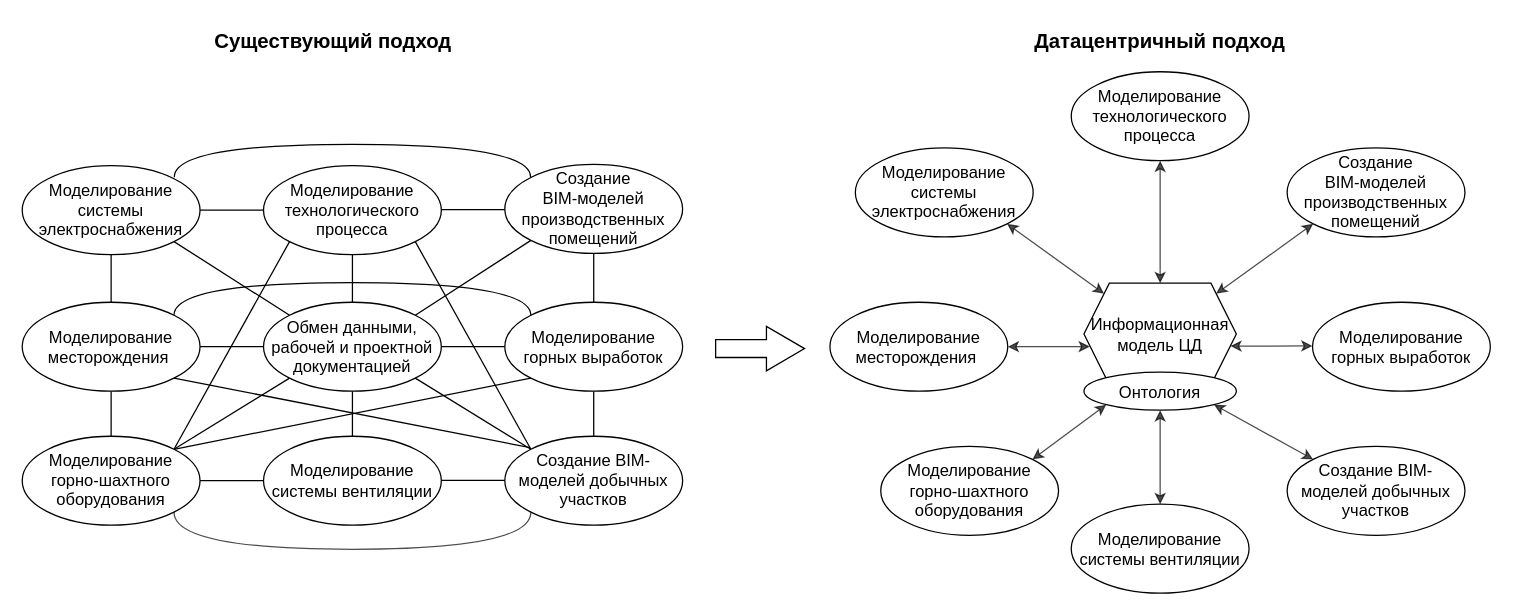
Earlier version of the draw.io diagram page "Развитие концепции" (4 of 4) of Digital twin.drawio (Randyrofed/CMM). Source tidied: cells renumbered, new cells numbered last; positions are measured from the earlier drawing's top-left corner, leaving out a move shared by most shapes. Both pictures are drawn from the tidied source at 127%, with x=0, y=0 at pixel (22, 22).
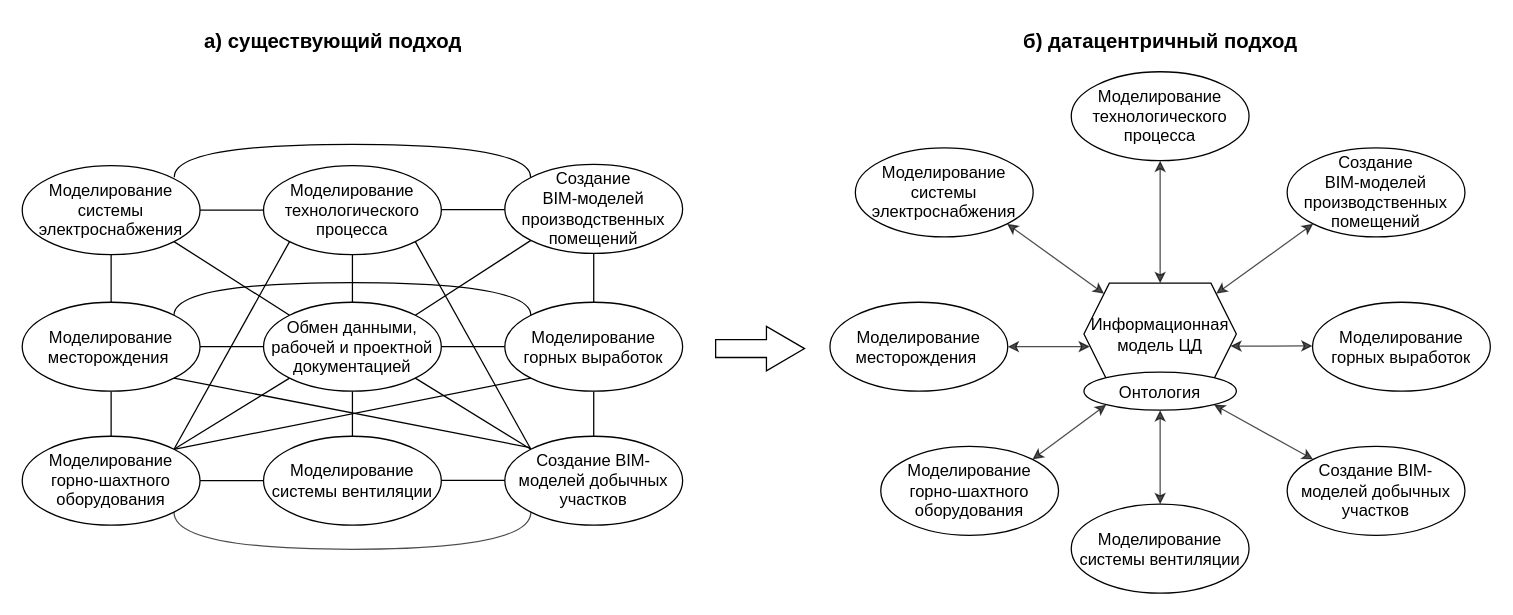
The same diagram, later.

What changed in the source:
```diff
@@
-    <mxCell id="2" value="Существующий подход" style="text;html=1;strokeColor=none;fillColor=none;align=center;verticalAlign=middle;whiteSpace=wrap;rounded=0;fontStyle=1;fontSize=16;" parent="1" vertex="1">
+    <mxCell id="2" value="а) существующий подход" style="text;html=1;strokeColor=none;fillColor=none;align=center;verticalAlign=middle;whiteSpace=wrap;rounded=0;fontStyle=1;fontSize=16;" parent="1" vertex="1">
       <mxGeometry x="130" width="230" height="30" as="geometry" />
     </mxCell>
-    <mxCell id="3" value="Датацентричный подход" style="text;html=1;strokeColor=none;fillColor=none;align=center;verticalAlign=middle;whiteSpace=wrap;rounded=0;fontStyle=1;fontSize=16;" parent="1" vertex="1">
-      <mxGeometry x="791" width="210" height="30" as="geometry" />
+    <mxCell id="3" value="б) датацентричный подход" style="text;html=1;strokeColor=none;fillColor=none;align=center;verticalAlign=middle;whiteSpace=wrap;rounded=0;fontStyle=1;fontSize=16;" parent="1" vertex="1">
+      <mxGeometry x="753.5" width="285" height="30" as="geometry" />
     </mxCell>
```
